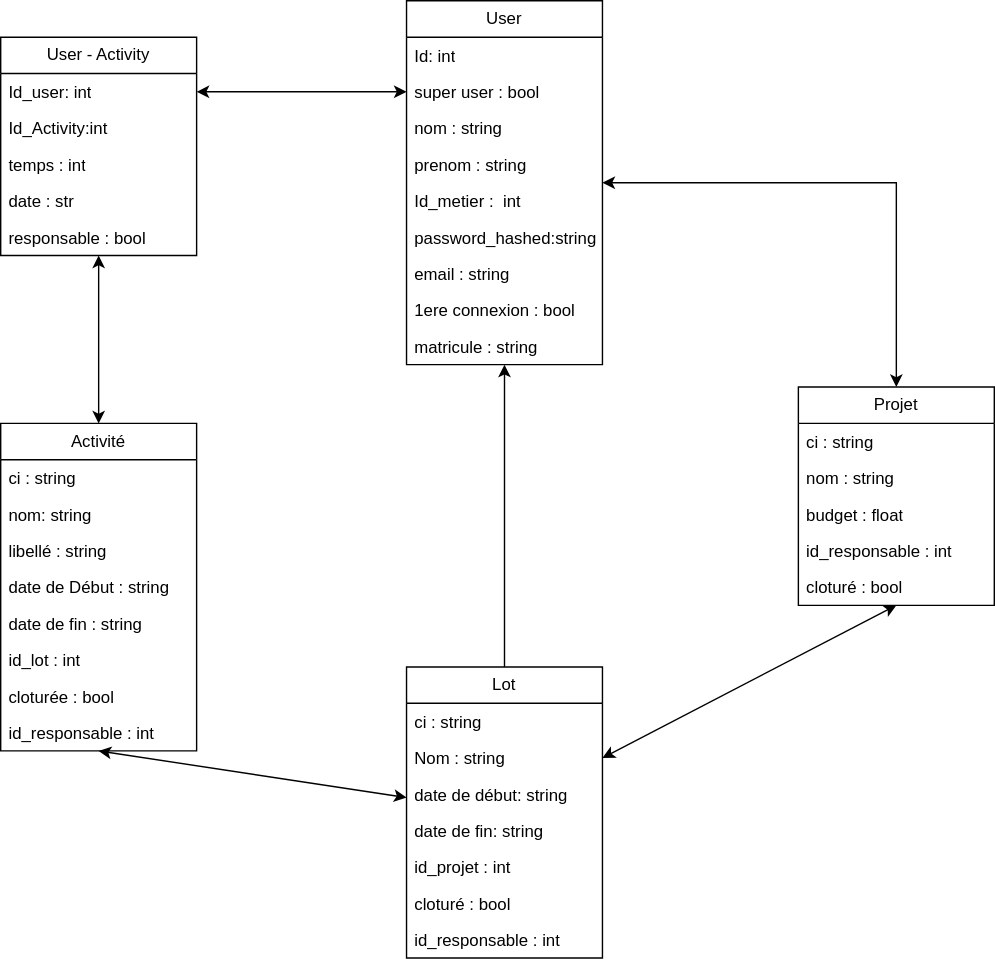
Before: BDD/diagramme_BDD.svg, a diagram exported from draw.io (fetohiaras/projet-genilog-is). Source tidied: cells renumbered, new cells last; positions are measured from the earlier drawing's top-left corner, leaving out a move shared by most shapes.
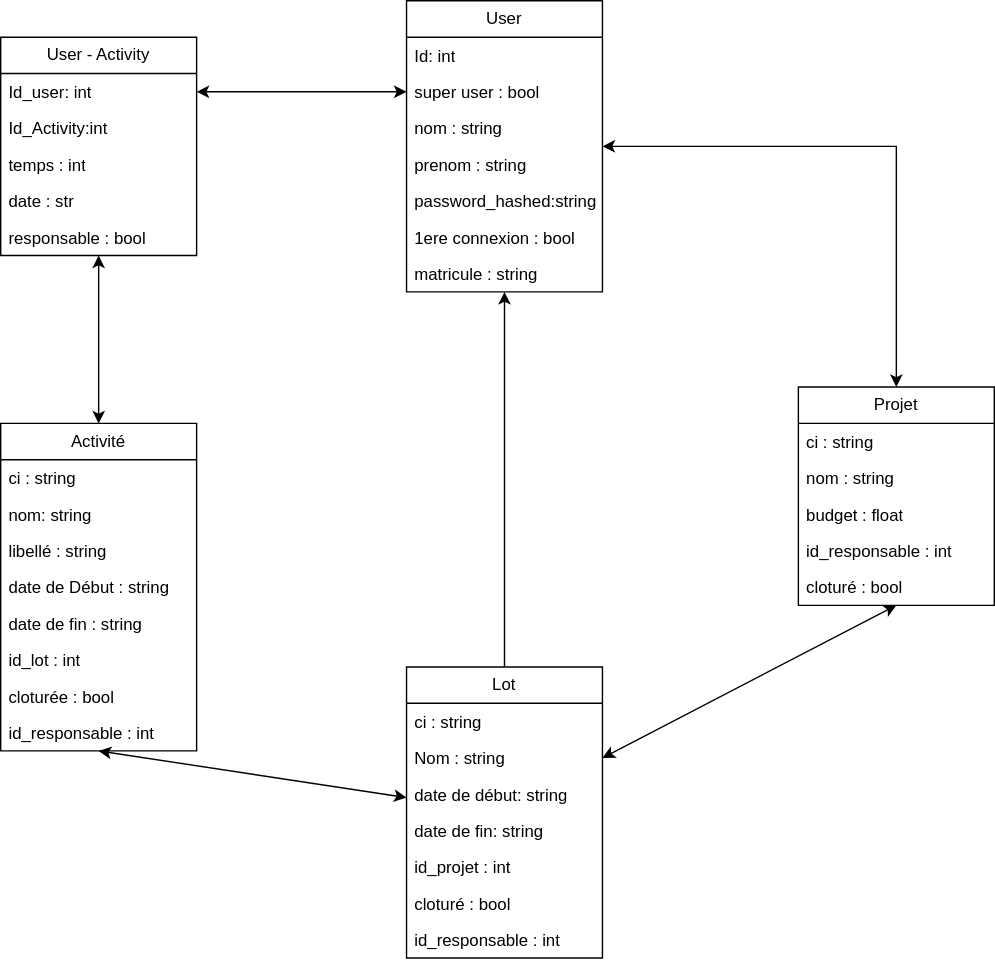
The same file after the commit.

The edit, as a diff of the source:
```diff
@@ -11,7 +11,7 @@
       </mxGeometry>
     </mxCell>
     <mxCell id="3" value="User" style="swimlane;fontStyle=0;horizontal=1;startSize=26;fillColor=none;whiteSpace=wrap;html=1;" parent="1" vertex="1">
-      <mxGeometry x="290" width="140" height="260" as="geometry" />
+      <mxGeometry x="290" width="140" height="208" as="geometry" />
     </mxCell>
     <mxCell id="4" value="Id: int" style="text;strokeColor=none;fillColor=none;align=left;verticalAlign=top;spacingLeft=4;spacingRight=4;overflow=hidden;whiteSpace=wrap;html=1;" parent="3" vertex="1">
       <mxGeometry y="26" width="140" height="26" as="geometry" />
@@ -25,20 +25,14 @@
     <mxCell id="7" value="prenom : string" style="text;strokeColor=none;fillColor=none;align=left;verticalAlign=top;spacingLeft=4;spacingRight=4;overflow=hidden;whiteSpace=wrap;html=1;" parent="3" vertex="1">
       <mxGeometry y="104" width="140" height="26" as="geometry" />
     </mxCell>
-    <mxCell id="8" value="Id_metier&amp;nbsp;:&amp;nbsp; int" style="text;strokeColor=none;fillColor=none;align=left;verticalAlign=top;spacingLeft=4;spacingRight=4;overflow=hidden;whiteSpace=wrap;html=1;" parent="3" vertex="1">
-      <mxGeometry y="130" width="140" height="26" as="geometry" />
-    </mxCell>
     <mxCell id="9" value="password_hashed:string" style="text;strokeColor=none;fillColor=none;align=left;verticalAlign=top;spacingLeft=4;spacingRight=4;overflow=hidden;whiteSpace=wrap;html=1;" parent="3" vertex="1">
-      <mxGeometry y="156" width="140" height="26" as="geometry" />
+      <mxGeometry y="130" width="140" height="26" as="geometry" />
     </mxCell>
-    <mxCell id="10" value="email : string" style="text;strokeColor=none;fillColor=none;align=left;verticalAlign=top;spacingLeft=4;spacingRight=4;overflow=hidden;whiteSpace=wrap;html=1;" parent="3" vertex="1">
-      <mxGeometry y="182" width="140" height="26" as="geometry" />
-    </mxCell>
     <mxCell id="11" value="1ere connexion : bool" style="text;strokeColor=none;fillColor=none;align=left;verticalAlign=top;spacingLeft=4;spacingRight=4;overflow=hidden;whiteSpace=wrap;html=1;" parent="3" vertex="1">
-      <mxGeometry y="208" width="140" height="26" as="geometry" />
+      <mxGeometry y="156" width="140" height="26" as="geometry" />
     </mxCell>
     <mxCell id="12" value="matricule : string" style="text;strokeColor=none;fillColor=none;align=left;verticalAlign=top;spacingLeft=4;spacingRight=4;overflow=hidden;whiteSpace=wrap;html=1;" parent="3" vertex="1">
-      <mxGeometry y="234" width="140" height="26" as="geometry" />
+      <mxGeometry y="182" width="140" height="26" as="geometry" />
     </mxCell>
     <mxCell id="13" style="edgeStyle=orthogonalEdgeStyle;rounded=0;jettySize=auto;html=1;startArrow=classic;startFill=1;exitX=1;exitY=0.5;exitDx=0;exitDy=0;" parent="1" edge="1" source="3" target="40">
       <mxGeometry relative="1" as="geometry" />
```
